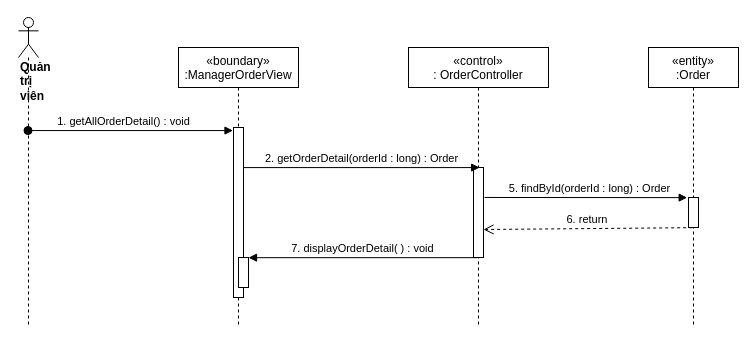
Above: sequence diagram/view-orderDetail-sequence-diagram.drawio in nguyenphamvan/datn_20202 (draw.io), before the change. Source tidied: cells renumbered, new cells numbered last; positions are measured from the earlier drawing's top-left corner, leaving out a move shared by most shapes. Both pictures are drawn from the tidied source at 100%, with x=0, y=0 at pixel (18, 17).
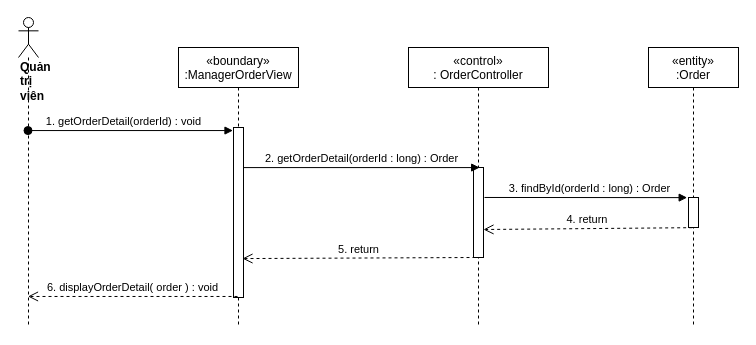
After the change.

The edit, as a diff of the source:
```diff
@@
 <mxGraphModel>
   <root>
     <mxCell id="0" />
     <mxCell id="1" parent="0" />
     <mxCell id="2" value="«boundary»&#10;:ManagerOrderView" style="shape=umlLifeline;perimeter=lifelinePerimeter;rounded=0;shadow=0;strokeWidth=1;" parent="1" vertex="1">
       <mxGeometry x="160" y="30" width="120" height="280" as="geometry" />
     </mxCell>
     <mxCell id="3" style="points=[];perimeter=orthogonalPerimeter;rounded=0;shadow=0;strokeWidth=1;" parent="2" vertex="1">
       <mxGeometry x="55" y="80" width="10" height="170" as="geometry" />
     </mxCell>
-    <mxCell id="4" style="html=1;points=[];perimeter=orthogonalPerimeter;" parent="2" vertex="1">
-      <mxGeometry x="60" y="210" width="10" height="30" as="geometry" />
-    </mxCell>
     <mxCell id="5" value="«control»&#10;: OrderController" style="shape=umlLifeline;perimeter=lifelinePerimeter;rounded=0;shadow=0;strokeWidth=1;" parent="1" vertex="1">
       <mxGeometry x="390" y="30" width="140" height="280" as="geometry" />
     </mxCell>
     <mxCell id="6" style="points=[];perimeter=orthogonalPerimeter;rounded=0;shadow=0;strokeWidth=1;" parent="5" vertex="1">
       <mxGeometry x="65" y="120" width="10" height="90" as="geometry" />
     </mxCell>
     <mxCell id="7" value="&lt;div&gt;&lt;b&gt;Quản trị viên&lt;/b&gt;&lt;/div&gt;" style="shape=umlLifeline;participant=umlActor;perimeter=lifelinePerimeter;whiteSpace=wrap;html=1;verticalAlign=top;spacingTop=36;outlineConnect=0;align=left;" parent="1" vertex="1">
       <mxGeometry width="20" height="310" as="geometry" />
     </mxCell>
-    <mxCell id="8" value="1. getAllOrderDetail() : void" style="verticalAlign=bottom;startArrow=oval;endArrow=block;startSize=8;shadow=0;strokeWidth=1;entryX=-0.05;entryY=0.018;entryDx=0;entryDy=0;entryPerimeter=0;" parent="1" edge="1" source="7" target="3">
+    <mxCell id="8" value="1. getOrderDetail(orderId) : void" style="verticalAlign=bottom;startArrow=oval;endArrow=block;startSize=8;shadow=0;strokeWidth=1;entryX=-0.05;entryY=0.018;entryDx=0;entryDy=0;entryPerimeter=0;" parent="1" edge="1" source="7" target="3">
       <mxGeometry x="-0.06" relative="1" as="geometry" />
     </mxCell>
     <mxCell id="9" value="2. getOrderDetail(orderId : long) : Order" style="html=1;verticalAlign=bottom;endArrow=block;entryX=0.617;entryY=0.001;entryDx=0;entryDy=0;entryPerimeter=0;" parent="1" edge="1" source="3" target="6">
       <mxGeometry relative="1" as="geometry" />
     </mxCell>
     <mxCell id="10" value="«entity»&#10;:Order" style="shape=umlLifeline;perimeter=lifelinePerimeter;rounded=0;shadow=0;strokeWidth=1;" parent="1" vertex="1">
       <mxGeometry x="630" y="30" width="90" height="280" as="geometry" />
     </mxCell>
     <mxCell id="11" style="points=[];perimeter=orthogonalPerimeter;rounded=0;shadow=0;strokeWidth=1;" parent="10" vertex="1">
       <mxGeometry x="40" y="150" width="10" height="30" as="geometry" />
     </mxCell>
-    <mxCell id="12" value="5. findById(orderId : long) : Order" style="html=1;verticalAlign=bottom;endArrow=block;entryX=-0.133;entryY=0.004;entryDx=0;entryDy=0;entryPerimeter=0;exitX=1.1;exitY=0.333;exitDx=0;exitDy=0;exitPerimeter=0;" parent="1" edge="1" source="6" target="11">
+    <mxCell id="12" value="3. findById(orderId : long) : Order" style="html=1;verticalAlign=bottom;endArrow=block;entryX=-0.133;entryY=0.004;entryDx=0;entryDy=0;entryPerimeter=0;exitX=1.1;exitY=0.333;exitDx=0;exitDy=0;exitPerimeter=0;" parent="1" edge="1" source="6" target="11">
       <mxGeometry x="0.04" relative="1" as="geometry" />
     </mxCell>
-    <mxCell id="13" value="6. return&amp;nbsp;" style="html=1;verticalAlign=bottom;endArrow=open;dashed=1;endSize=8;exitX=0.367;exitY=1.006;exitDx=0;exitDy=0;exitPerimeter=0;entryX=1;entryY=0.689;entryDx=0;entryDy=0;entryPerimeter=0;" parent="1" edge="1" source="11" target="6">
+    <mxCell id="13" value="4. return&amp;nbsp;" style="html=1;verticalAlign=bottom;endArrow=open;dashed=1;endSize=8;exitX=0.367;exitY=1.006;exitDx=0;exitDy=0;exitPerimeter=0;entryX=1;entryY=0.689;entryDx=0;entryDy=0;entryPerimeter=0;" parent="1" edge="1" source="11" target="6">
       <mxGeometry relative="1" as="geometry" />
     </mxCell>
-    <mxCell id="14" value="7. displayOrderDetail( ) : void" style="verticalAlign=bottom;endArrow=block;shadow=0;strokeWidth=1;exitX=0.34;exitY=1.002;exitDx=0;exitDy=0;exitPerimeter=0;" parent="1" edge="1" source="6" target="4">
-      <mxGeometry relative="1" as="geometry" />
-    </mxCell>
+    <mxCell id="15" value="5. return" style="html=1;verticalAlign=bottom;endArrow=open;dashed=1;endSize=8;exitX=0.2;exitY=1;exitDx=0;exitDy=0;exitPerimeter=0;entryX=0.9;entryY=0.771;entryDx=0;entryDy=0;entryPerimeter=0;" parent="1" edge="1" source="6" target="3">
+      <mxGeometry relative="1" as="geometry" />
+    </mxCell>
+    <mxCell id="16" value="6. displayOrderDetail( order ) : void" style="html=1;verticalAlign=bottom;endArrow=open;dashed=1;endSize=8;exitX=0.4;exitY=0.994;exitDx=0;exitDy=0;exitPerimeter=0;" parent="1" edge="1" source="3" target="7">
+      <mxGeometry relative="1" as="geometry" />
+    </mxCell>
   </root>
 </mxGraphModel>
```
